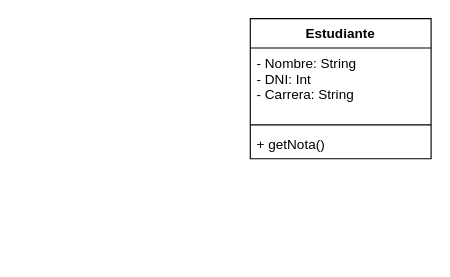
ItsMarcoHD/Dise-o-Software-M.Sandoval keeps this draw.io diagram as Diagrama.drawio. Above is the earlier version. Source tidied: cells renumbered, new cells numbered last; positions are measured from the earlier drawing's top-left corner, leaving out a move shared by most shapes. Both pictures are drawn from the tidied source at 113%, with x=0, y=0 at pixel (250, 18).
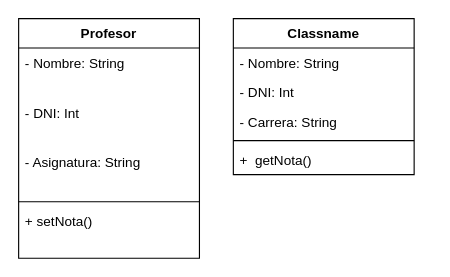
The same page after the edit.

Commit message:
Segunda actualizacion

Change to the diagram source:
```diff
@@
 <mxGraphModel>
   <root>
     <mxCell id="0" />
     <mxCell id="1" parent="0" />
-    <mxCell id="2" value="Estudiante" style="swimlane;fontStyle=1;align=center;verticalAlign=top;horizontal=1;startSize=26;" parent="1" vertex="1">
-      <mxGeometry width="160" height="124" as="geometry" />
-    </mxCell>
-    <mxCell id="3" value="- Nombre: String&#10;- DNI: Int&#10;- Carrera: String" style="text;strokeColor=none;fillColor=none;align=left;verticalAlign=top;spacingLeft=4;spacingRight=4;overflow=hidden;" parent="2" vertex="1">
-      <mxGeometry y="26" width="160" height="64" as="geometry" />
-    </mxCell>
-    <mxCell id="4" style="line;strokeWidth=1;fillColor=none;align=left;verticalAlign=middle;spacingTop=-1;spacingLeft=3;spacingRight=3;labelPosition=right;strokeColor=inherit;" parent="2" vertex="1">
-      <mxGeometry y="90" width="160" height="8" as="geometry" />
-    </mxCell>
+    <mxCell id="6" value="Profesor" style="swimlane;fontStyle=1;align=center;verticalAlign=top;horizontal=1;startSize=26;" parent="1" vertex="1">
+      <mxGeometry x="-205" width="160" height="212" as="geometry" />
+    </mxCell>
+    <mxCell id="7" value="- Nombre: String" style="text;strokeColor=none;fillColor=none;align=left;verticalAlign=top;spacingLeft=4;spacingRight=4;overflow=hidden;" parent="6" vertex="1">
+      <mxGeometry y="26" width="160" height="44" as="geometry" />
+    </mxCell>
+    <mxCell id="8" value="- DNI: Int" style="text;strokeColor=none;fillColor=none;align=left;verticalAlign=top;spacingLeft=4;spacingRight=4;overflow=hidden;" parent="6" vertex="1">
+      <mxGeometry y="70" width="160" height="44" as="geometry" />
+    </mxCell>
+    <mxCell id="9" value="- Asignatura: String" style="text;strokeColor=none;fillColor=none;align=left;verticalAlign=top;spacingLeft=4;spacingRight=4;overflow=hidden;" parent="6" vertex="1">
+      <mxGeometry y="114" width="160" height="44" as="geometry" />
+    </mxCell>
+    <mxCell id="10" style="line;strokeWidth=1;fillColor=none;align=left;verticalAlign=middle;spacingTop=-1;spacingLeft=3;spacingRight=3;labelPosition=right;strokeColor=inherit;" parent="6" vertex="1">
+      <mxGeometry y="158" width="160" height="8" as="geometry" />
+    </mxCell>
+    <mxCell id="11" value="+ setNota()" style="text;strokeColor=none;fillColor=none;align=left;verticalAlign=top;spacingLeft=4;spacingRight=4;overflow=hidden;" parent="6" vertex="1">
+      <mxGeometry y="166" width="160" height="46" as="geometry" />
+    </mxCell>
+    <mxCell id="12" value="Classname" style="swimlane;fontStyle=1;align=center;verticalAlign=top;horizontal=1;startSize=26;" parent="1" vertex="1">
+      <mxGeometry x="-15" width="160" height="138" as="geometry" />
+    </mxCell>
+    <mxCell id="13" value="- Nombre: String" style="text;strokeColor=none;fillColor=none;align=left;verticalAlign=top;spacingLeft=4;spacingRight=4;overflow=hidden;" parent="12" vertex="1">
+      <mxGeometry y="26" width="160" height="26" as="geometry" />
+    </mxCell>
+    <mxCell id="14" value="- DNI: Int" style="text;strokeColor=none;fillColor=none;align=left;verticalAlign=top;spacingLeft=4;spacingRight=4;overflow=hidden;" parent="12" vertex="1">
+      <mxGeometry y="52" width="160" height="26" as="geometry" />
+    </mxCell>
+    <mxCell id="15" value="- Carrera: String" style="text;strokeColor=none;fillColor=none;align=left;verticalAlign=top;spacingLeft=4;spacingRight=4;overflow=hidden;" parent="12" vertex="1">
+      <mxGeometry y="78" width="160" height="26" as="geometry" />
+    </mxCell>
+    <mxCell id="16" style="line;strokeWidth=1;fillColor=none;align=left;verticalAlign=middle;spacingTop=-1;spacingLeft=3;spacingRight=3;labelPosition=right;strokeColor=inherit;" parent="12" vertex="1">
+      <mxGeometry y="104" width="160" height="8" as="geometry" />
+    </mxCell>
-    <mxCell id="5" value="+ getNota()" style="text;strokeColor=none;fillColor=none;align=left;verticalAlign=top;spacingLeft=4;spacingRight=4;overflow=hidden;" parent="2" vertex="1">
-      <mxGeometry y="98" width="160" height="26" as="geometry" />
+    <mxCell id="5" value="+  getNota()" style="text;strokeColor=none;fillColor=none;align=left;verticalAlign=top;spacingLeft=4;spacingRight=4;overflow=hidden;" parent="12" vertex="1">
+      <mxGeometry y="112" width="160" height="26" as="geometry" />
     </mxCell>
   </root>
 </mxGraphModel>
```
